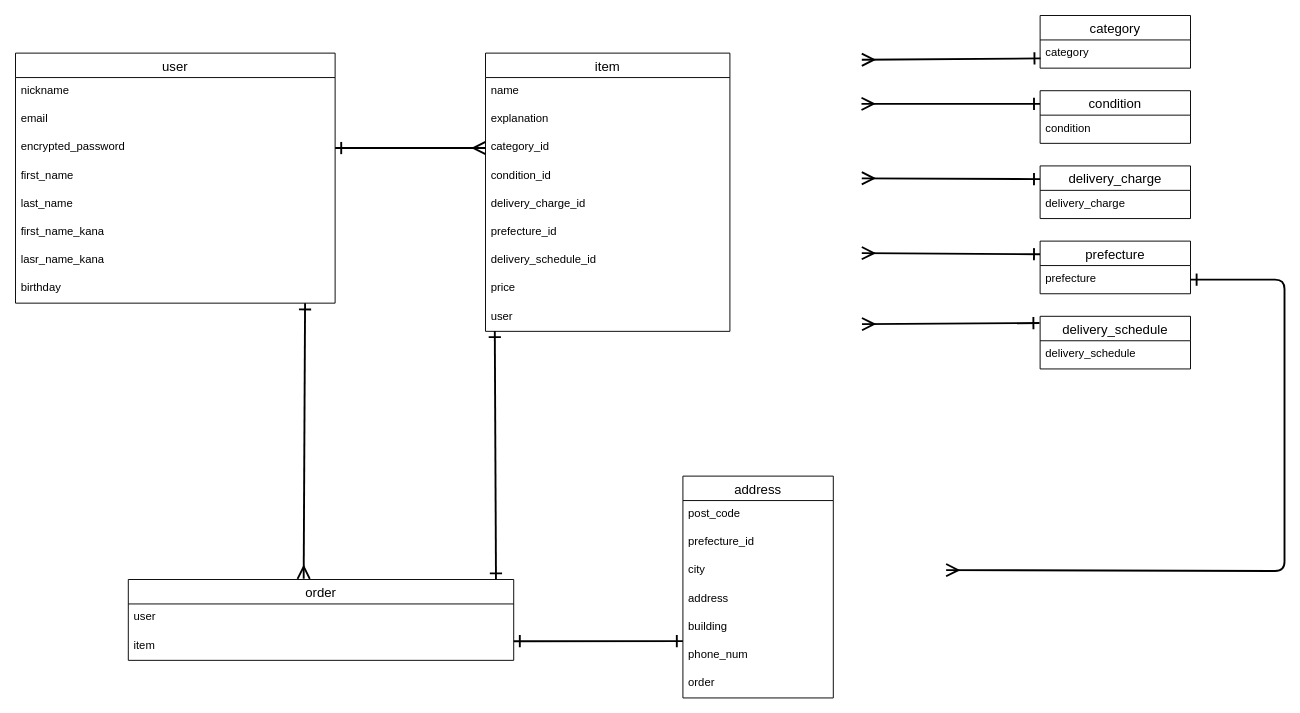
The draw.io diagram ER.dio in HigeTurtle/furima-39642, before the edit. Source tidied: cells renumbered, new cells numbered last; positions are measured from the earlier drawing's top-left corner, leaving out a move shared by most shapes. Both pictures are drawn from the tidied source at 94%, with x=0, y=0 at pixel (15, 15).
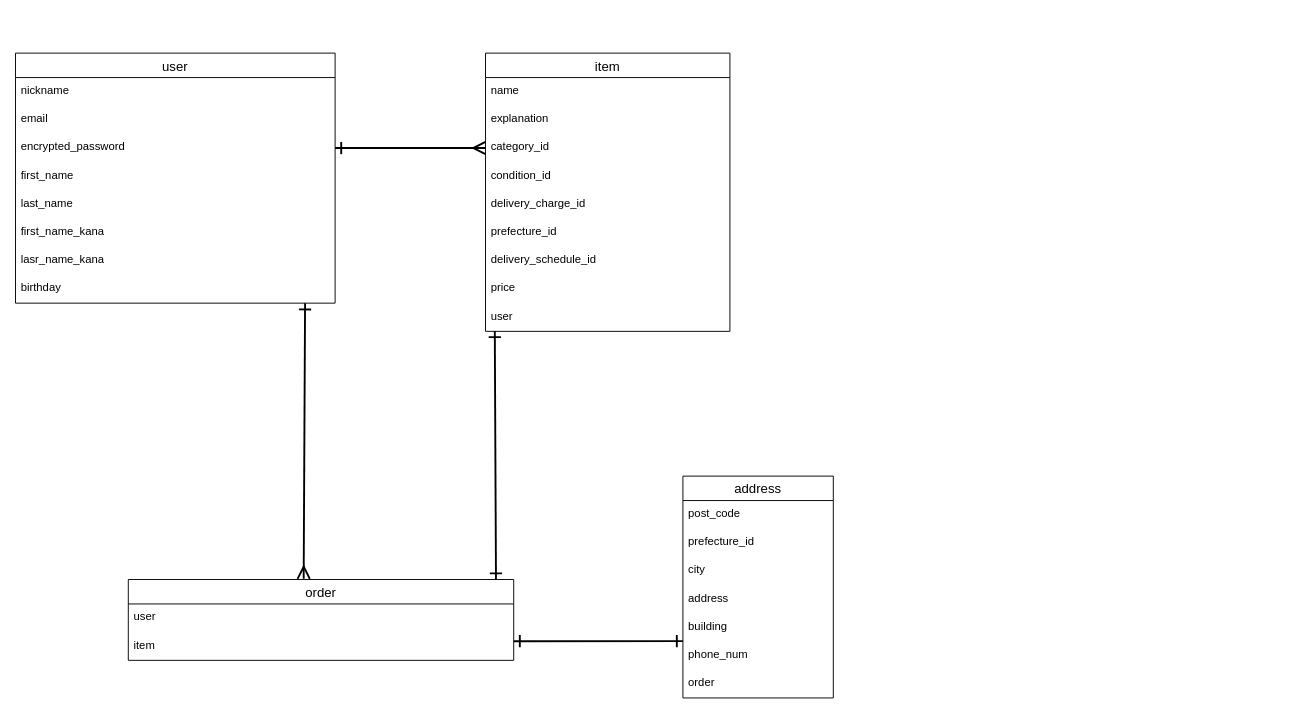
After the change.

Commit message:
ER図の不要箇所削除

Change to the diagram source:
```diff
@@
-    <mxCell id="35" value="category" style="swimlane;fontStyle=0;horizontal=1;startSize=26;align=center;fontSize=14;" parent="1" vertex="1">
-      <mxGeometry x="1090" width="160" height="56" as="geometry" />
-    </mxCell>
-    <mxCell id="36" value="category" style="text;strokeColor=none;fillColor=none;spacingLeft=4;spacingRight=4;overflow=hidden;points=[[0,0.5],[1,0.5]];portConstraint=eastwest;fontSize=12;" parent="35" vertex="1">
-      <mxGeometry y="26" width="160" height="30" as="geometry" />
-    </mxCell>
-    <mxCell id="37" style="edgeStyle=none;html=1;exitX=0;exitY=0.25;exitDx=0;exitDy=0;strokeWidth=2;startArrow=ERone;startFill=0;endArrow=ERmany;endFill=0;startSize=10;endSize=10;" parent="1" edge="1" source="38">
-      <mxGeometry relative="1" as="geometry">
-        <mxPoint x="900" y="94" as="targetPoint" />
-      </mxGeometry>
-    </mxCell>
-    <mxCell id="38" value="condition" style="swimlane;fontStyle=0;horizontal=1;startSize=26;align=center;fontSize=14;" parent="1" vertex="1">
-      <mxGeometry x="1090" y="80" width="160" height="56" as="geometry" />
-    </mxCell>
-    <mxCell id="39" value="condition" style="text;strokeColor=none;fillColor=none;spacingLeft=4;spacingRight=4;overflow=hidden;fontSize=12;" parent="38" vertex="1">
-      <mxGeometry y="26" width="160" height="30" as="geometry" />
-    </mxCell>
-    <mxCell id="40" style="edgeStyle=none;html=1;exitX=0;exitY=0.25;exitDx=0;exitDy=0;entryX=1.001;entryY=0.574;entryDx=0;entryDy=0;entryPerimeter=0;strokeWidth=2;startArrow=ERone;startFill=0;endArrow=ERmany;endFill=0;startSize=10;endSize=10;" parent="1" edge="1" source="41">
-      <mxGeometry relative="1" as="geometry">
-        <mxPoint x="900.3" y="173.2" as="targetPoint" />
-      </mxGeometry>
-    </mxCell>
-    <mxCell id="41" value="delivery_charge" style="swimlane;fontStyle=0;horizontal=1;startSize=26;align=center;fontSize=14;" parent="1" vertex="1">
-      <mxGeometry x="1090" y="160" width="160" height="56" as="geometry" />
-    </mxCell>
-    <mxCell id="42" value="delivery_charge" style="text;strokeColor=none;fillColor=none;spacingLeft=4;spacingRight=4;overflow=hidden;fontSize=12;" parent="41" vertex="1">
-      <mxGeometry y="26" width="160" height="30" as="geometry" />
-    </mxCell>
-    <mxCell id="43" style="edgeStyle=none;html=1;exitX=0;exitY=0.25;exitDx=0;exitDy=0;entryX=1.001;entryY=0.227;entryDx=0;entryDy=0;entryPerimeter=0;strokeWidth=2;startArrow=ERone;startFill=0;endArrow=ERmany;endFill=0;startSize=10;endSize=10;" parent="1" edge="1" source="44">
-      <mxGeometry relative="1" as="geometry">
-        <mxPoint x="900.3" y="252.8" as="targetPoint" />
-      </mxGeometry>
-    </mxCell>
-    <mxCell id="44" value="prefecture" style="swimlane;fontStyle=0;horizontal=1;startSize=26;align=center;fontSize=14;" parent="1" vertex="1">
-      <mxGeometry x="1090" y="240" width="160" height="56" as="geometry" />
-    </mxCell>
-    <mxCell id="45" value="prefecture" style="text;strokeColor=none;fillColor=none;spacingLeft=4;spacingRight=4;overflow=hidden;points=[[0,0.5],[1,0.5]];portConstraint=eastwest;fontSize=12;" parent="44" vertex="1">
-      <mxGeometry y="26" width="160" height="30" as="geometry" />
-    </mxCell>
-    <mxCell id="46" value="delivery_schedule" style="swimlane;fontStyle=0;horizontal=1;startSize=26;align=center;fontSize=14;" parent="1" vertex="1">
-      <mxGeometry x="1090" y="320" width="160" height="56" as="geometry" />
-    </mxCell>
-    <mxCell id="47" value="delivery_schedule" style="text;strokeColor=none;fillColor=none;spacingLeft=4;spacingRight=4;overflow=hidden;fontSize=12;" parent="46" vertex="1">
-      <mxGeometry y="26" width="160" height="30" as="geometry" />
-    </mxCell>
-    <mxCell id="48" style="edgeStyle=none;html=1;strokeWidth=2;startArrow=ERone;startFill=0;endArrow=ERmany;endFill=0;startSize=10;endSize=10;entryX=1.001;entryY=0.024;entryDx=0;entryDy=0;entryPerimeter=0;exitX=0.003;exitY=0.655;exitDx=0;exitDy=0;exitPerimeter=0;" parent="1" edge="1" source="36">
-      <mxGeometry relative="1" as="geometry">
-        <mxPoint x="900.3" y="47.1" as="targetPoint" />
-      </mxGeometry>
-    </mxCell>
-    <mxCell id="49" style="edgeStyle=none;html=1;entryX=-0.004;entryY=0.128;entryDx=0;entryDy=0;strokeWidth=2;startArrow=ERmany;startFill=0;endArrow=ERone;endFill=0;startSize=10;endSize=10;entryPerimeter=0;exitX=1.002;exitY=0.743;exitDx=0;exitDy=0;exitPerimeter=0;" parent="1" edge="1" target="46">
-      <mxGeometry relative="1" as="geometry">
-        <mxPoint x="900.5" y="328.3" as="sourcePoint" />
-      </mxGeometry>
-    </mxCell>
@@
-    <mxCell id="51" style="edgeStyle=none;html=1;entryX=1;entryY=0.5;entryDx=0;entryDy=0;strokeWidth=2;endSize=10;startSize=10;startArrow=ERmany;startFill=0;endArrow=ERone;endFill=0;" parent="1" edge="1" target="45">
-      <mxGeometry relative="1" as="geometry">
-        <mxPoint x="990" y="590" as="sourcePoint" />
-        <Array as="points">
-          <mxPoint x="1350" y="591" />
-          <mxPoint x="1350" y="281" />
-        </Array>
-      </mxGeometry>
-    </mxCell>
```
